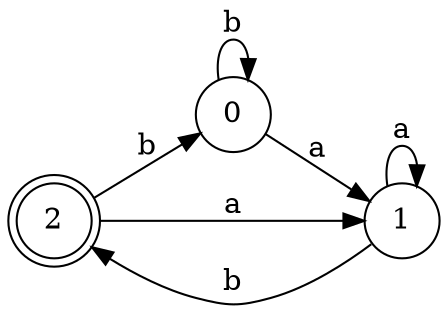
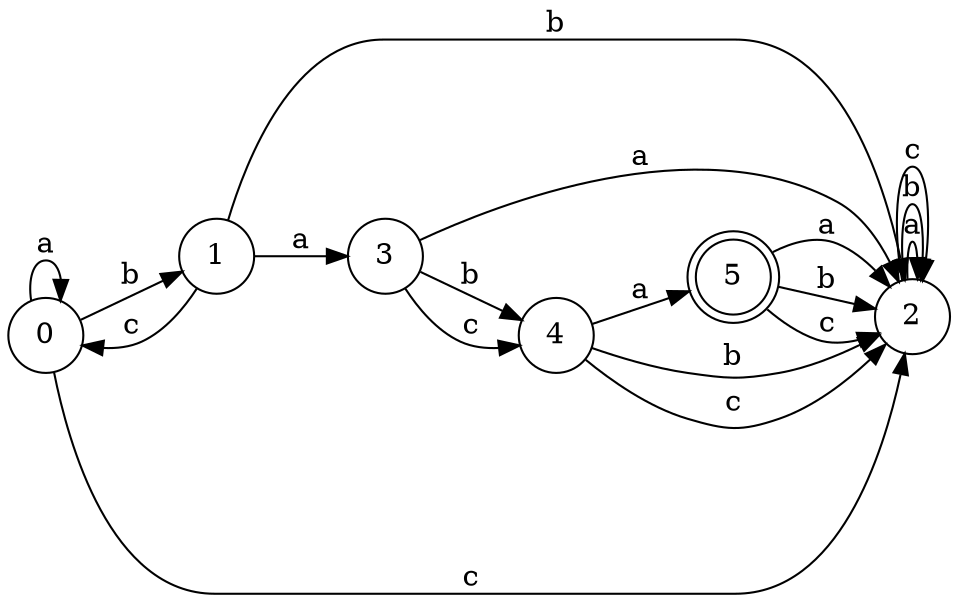
digraph DFA {
    rankdir=LR;
-     node [shape = doublecircle]; 2;
+     node [shape = doublecircle]; 5;
    node [shape = circle];
-     0 -> 1 [label="a"];
-     0 -> 0 [label="b"];
-     1 -> 1 [label="a"];
+     0 -> 0 [label="a"];
+     0 -> 1 [label="b"];
+     0 -> 2 [label="c"];
+     1 -> 3 [label="a"];
    1 -> 2 [label="b"];
-     2 -> 1 [label="a"];
-     2 -> 0 [label="b"];
+     1 -> 0 [label="c"];
+     2 -> 2 [label="a"];
+     2 -> 2 [label="b"];
+     2 -> 2 [label="c"];
+     3 -> 2 [label="a"];
+     3 -> 4 [label="b"];
+     3 -> 4 [label="c"];
+     4 -> 5 [label="a"];
+     4 -> 2 [label="b"];
+     4 -> 2 [label="c"];
+     5 -> 2 [label="a"];
+     5 -> 2 [label="b"];
+     5 -> 2 [label="c"];
}
